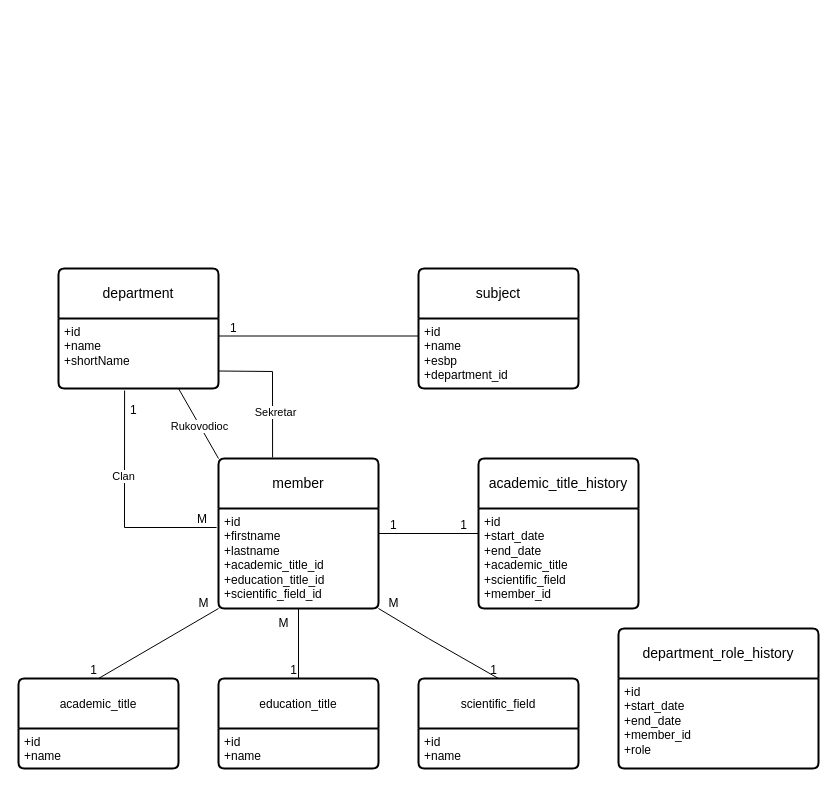
The draw.io diagram master/NST - Sprijng app.drawio in Djordje1998/draw.io, before the edit. Source tidied: cells renumbered, new cells numbered last; positions are measured from the earlier drawing's top-left corner, leaving out a move shared by most shapes. Both pictures are drawn from the tidied source at 100%, with x=0, y=0 at pixel (18, 268).
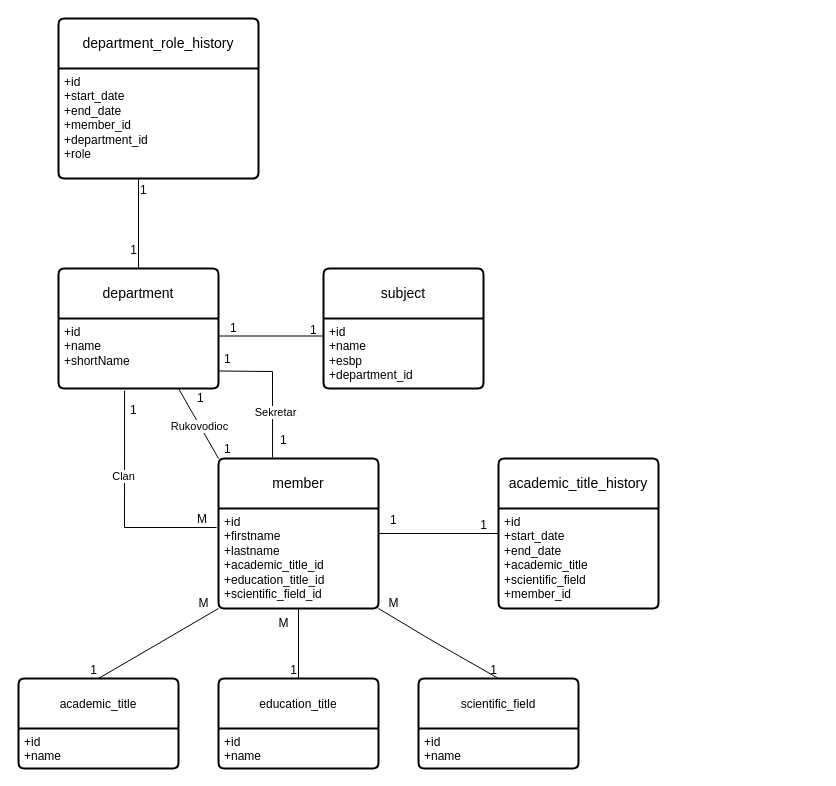
Above is the later version.

The change refers to these unchanged cells:
```xml
<mxCell id="2" value="department" style="swimlane;horizontal=1;startSize=50;rounded=1;fontSize=14;fontStyle=0;strokeWidth=2;shadow=0;dashed=0;align=center;arcSize=4;whiteSpace=wrap;html=1;" parent="1" vertex="1">
  <mxGeometry x="40" width="160" height="120" as="geometry" />
</mxCell>
<mxCell id="31" style="endArrow=none;html=1;rounded=0;exitX=1;exitY=0.25;exitDx=0;exitDy=0;entryX=0;entryY=0.5;entryDx=0;entryDy=0;" parent="1" edge="1" source="7" target="14">
  <mxGeometry relative="1" as="geometry" />
</mxCell>
```

The edit, as a diff of the source:
```diff
@@
     <mxCell id="4" value="subject" style="swimlane;horizontal=1;startSize=50;rounded=1;fontSize=14;fontStyle=0;strokeWidth=2;shadow=0;dashed=0;align=center;arcSize=4;whiteSpace=wrap;html=1;" parent="1" vertex="1">
-      <mxGeometry x="400" width="160" height="120" as="geometry" />
+      <mxGeometry x="305" width="160" height="120" as="geometry" />
     </mxCell>
@@
     <mxCell id="14" value="academic_title_history" style="swimlane;horizontal=1;startSize=50;rounded=1;fontSize=14;fontStyle=0;strokeWidth=2;shadow=0;dashed=0;align=center;arcSize=4;whiteSpace=wrap;html=1;" parent="1" vertex="1">
-      <mxGeometry x="460" y="190" width="160" height="150" as="geometry" />
+      <mxGeometry x="480" y="190" width="160" height="150" as="geometry" />
     </mxCell>
@@
     <mxCell id="32" value="1" style="html=1;whiteSpace=wrap;align=left;verticalAlign=bottom;" parent="31" vertex="1">
       <mxGeometry x="-1" relative="1" as="geometry">
-        <mxPoint x="10" as="offset" />
+        <mxPoint x="10" y="-5" as="offset" />
       </mxGeometry>
     </mxCell>
@@
     <mxCell id="38" value="department_role_history" style="swimlane;horizontal=1;startSize=50;rounded=1;fontSize=14;fontStyle=0;strokeWidth=2;shadow=0;dashed=0;align=center;arcSize=4;whiteSpace=wrap;html=1;" parent="1" vertex="1">
-      <mxGeometry x="600" y="360" width="200" height="140" as="geometry" />
+      <mxGeometry x="40" y="-250" width="200" height="160" as="geometry" />
     </mxCell>
-    <mxCell id="39" value="&lt;div&gt;+id&lt;/div&gt;+start_date&lt;br&gt;+end_date&lt;br&gt;+member_id&lt;div&gt;+role&lt;/div&gt;" style="align=left;strokeColor=none;fillColor=none;spacingLeft=4;fontSize=12;verticalAlign=top;html=1;" parent="38" vertex="1">
-      <mxGeometry y="50" width="200" height="90" as="geometry" />
+    <mxCell id="39" value="&lt;div&gt;+id&lt;/div&gt;+start_date&lt;br&gt;+end_date&lt;br&gt;+member_id&lt;div&gt;+department_id&lt;br&gt;&lt;div&gt;+role&lt;/div&gt;&lt;/div&gt;" style="align=left;strokeColor=none;fillColor=none;spacingLeft=4;fontSize=12;verticalAlign=top;html=1;" parent="38" vertex="1">
+      <mxGeometry y="50" width="200" height="110" as="geometry" />
     </mxCell>
+    <mxCell id="40" value="1" style="html=1;whiteSpace=wrap;align=left;verticalAlign=bottom;" parent="1" vertex="1">
+      <mxGeometry x="290" y="70" as="geometry" />
+    </mxCell>
+    <mxCell id="41" value="1" style="html=1;whiteSpace=wrap;align=left;verticalAlign=bottom;" parent="1" vertex="1">
+      <mxGeometry x="220" y="80" as="geometry">
+        <mxPoint x="-16" y="19" as="offset" />
+      </mxGeometry>
+    </mxCell>
+    <mxCell id="42" value="1" style="html=1;whiteSpace=wrap;align=left;verticalAlign=bottom;" parent="1" vertex="1">
+      <mxGeometry x="260" y="180" as="geometry" />
+    </mxCell>
+    <mxCell id="43" value="1" style="html=1;whiteSpace=wrap;align=left;verticalAlign=bottom;" parent="1" vertex="1">
+      <mxGeometry x="250" y="107.5" as="geometry">
+        <mxPoint x="-46" y="81" as="offset" />
+      </mxGeometry>
+    </mxCell>
+    <mxCell id="44" value="1" style="html=1;whiteSpace=wrap;align=left;verticalAlign=bottom;" parent="1" vertex="1">
+      <mxGeometry x="260" y="117.5" as="geometry">
+        <mxPoint x="-83" y="20" as="offset" />
+      </mxGeometry>
+    </mxCell>
+    <mxCell id="45" style="endArrow=none;html=1;rounded=0;entryX=0.5;entryY=0;entryDx=0;entryDy=0;" parent="1" edge="1" target="2">
+      <mxGeometry relative="1" as="geometry">
+        <mxPoint x="120" y="-90" as="sourcePoint" />
+      </mxGeometry>
+    </mxCell>
+    <mxCell id="46" value="1" style="html=1;whiteSpace=wrap;align=left;verticalAlign=bottom;" parent="45" vertex="1">
+      <mxGeometry x="-1" relative="1" as="geometry">
+        <mxPoint y="20" as="offset" />
+      </mxGeometry>
+    </mxCell>
+    <mxCell id="47" value="1" style="html=1;whiteSpace=wrap;align=right;verticalAlign=bottom;" parent="45" vertex="1">
+      <mxGeometry x="1" relative="1" as="geometry">
+        <mxPoint y="-10" as="offset" />
+      </mxGeometry>
+    </mxCell>
```
